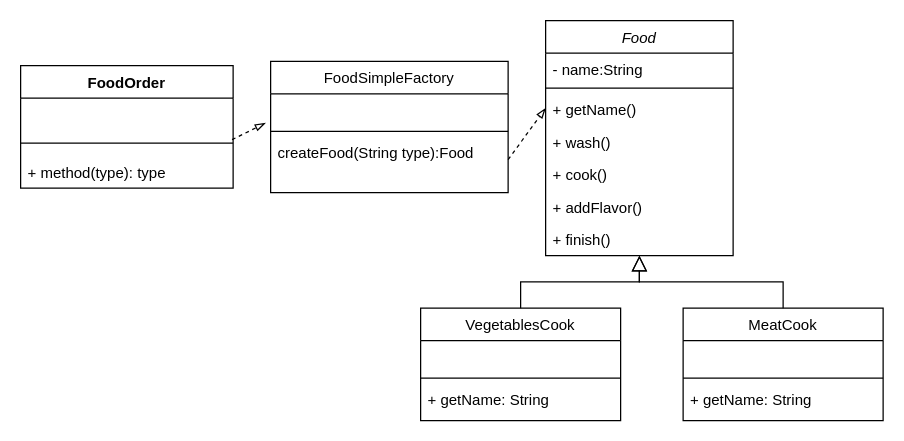
Earlier version of the draw.io diagram pattern_design.drawio (choustark/j_pattern). Source tidied: cells renumbered, new cells numbered last; positions are measured from the earlier drawing's top-left corner, leaving out a move shared by most shapes. Both pictures are drawn from the tidied source at 125%, with x=0, y=0 at pixel (20, 20).
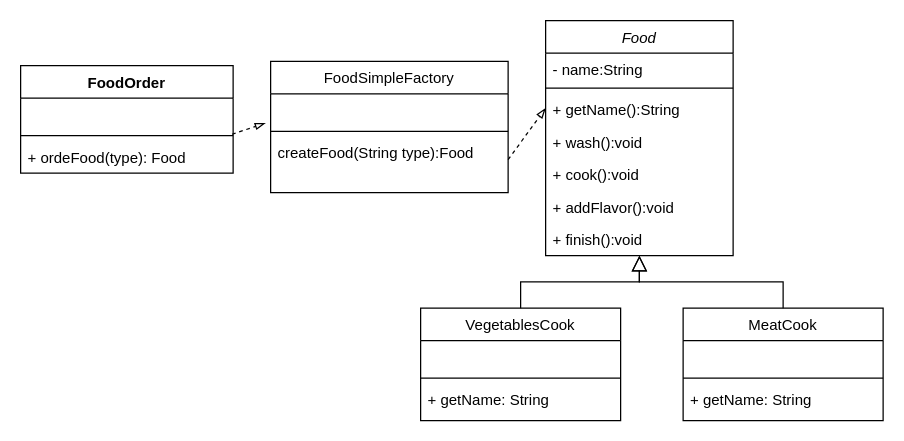
The same diagram, later.

The change refers to these unchanged cells:
```xml
<mxCell id="2" value="Food" style="swimlane;fontStyle=2;align=center;verticalAlign=top;horizontal=1;startSize=26;rounded=0;shadow=0;strokeWidth=1;" parent="1" vertex="1">
  <mxGeometry x="420" width="150" height="188" as="geometry" />
</mxCell>
```

What changed in the source:
```diff
@@
-    <mxCell id="5" value="+ getName()" style="text;align=left;verticalAlign=top;spacingLeft=4;spacingRight=4;overflow=hidden;rounded=0;shadow=0;html=0;" parent="2" vertex="1">
+    <mxCell id="5" value="+ getName():String" style="text;align=left;verticalAlign=top;spacingLeft=4;spacingRight=4;overflow=hidden;rounded=0;shadow=0;html=0;" parent="2" vertex="1">
       <mxGeometry y="58" width="150" height="26" as="geometry" />
     </mxCell>
-    <mxCell id="6" value="+ wash()" style="text;align=left;verticalAlign=top;spacingLeft=4;spacingRight=4;overflow=hidden;rounded=0;shadow=0;html=0;" parent="2" vertex="1">
+    <mxCell id="6" value="+ wash():void" style="text;align=left;verticalAlign=top;spacingLeft=4;spacingRight=4;overflow=hidden;rounded=0;shadow=0;html=0;" parent="2" vertex="1">
       <mxGeometry y="84" width="150" height="26" as="geometry" />
     </mxCell>
-    <mxCell id="7" value="+ cook()" style="text;align=left;verticalAlign=top;spacingLeft=4;spacingRight=4;overflow=hidden;rounded=0;shadow=0;html=0;" parent="2" vertex="1">
+    <mxCell id="7" value="+ cook():void" style="text;align=left;verticalAlign=top;spacingLeft=4;spacingRight=4;overflow=hidden;rounded=0;shadow=0;html=0;" parent="2" vertex="1">
       <mxGeometry y="110" width="150" height="26" as="geometry" />
     </mxCell>
-    <mxCell id="8" value="+ addFlavor()" style="text;align=left;verticalAlign=top;spacingLeft=4;spacingRight=4;overflow=hidden;rounded=0;shadow=0;html=0;" parent="2" vertex="1">
+    <mxCell id="8" value="+ addFlavor():void" style="text;align=left;verticalAlign=top;spacingLeft=4;spacingRight=4;overflow=hidden;rounded=0;shadow=0;html=0;" parent="2" vertex="1">
       <mxGeometry y="136" width="150" height="26" as="geometry" />
     </mxCell>
-    <mxCell id="9" value="+ finish()" style="text;align=left;verticalAlign=top;spacingLeft=4;spacingRight=4;overflow=hidden;rounded=0;shadow=0;html=0;" parent="2" vertex="1">
+    <mxCell id="9" value="+ finish():void" style="text;align=left;verticalAlign=top;spacingLeft=4;spacingRight=4;overflow=hidden;rounded=0;shadow=0;html=0;" parent="2" vertex="1">
       <mxGeometry y="162" width="150" height="26" as="geometry" />
     </mxCell>
@@
     <mxCell id="25" value="FoodOrder" style="swimlane;fontStyle=1;align=center;verticalAlign=top;horizontal=1;startSize=26;" parent="1" vertex="1">
-      <mxGeometry y="36" width="170" height="98" as="geometry" />
+      <mxGeometry y="36" width="170" height="86" as="geometry" />
     </mxCell>
@@
     <mxCell id="27" style="line;strokeWidth=1;fillColor=none;align=left;verticalAlign=middle;spacingTop=-1;spacingLeft=3;spacingRight=3;labelPosition=right;points=[];portConstraint=eastwest;strokeColor=inherit;" parent="25" vertex="1">
-      <mxGeometry y="52" width="170" height="20" as="geometry" />
+      <mxGeometry y="52" width="170" height="8" as="geometry" />
     </mxCell>
-    <mxCell id="28" value="+ method(type): type" style="text;strokeColor=none;fillColor=none;align=left;verticalAlign=top;spacingLeft=4;spacingRight=4;overflow=hidden;" parent="25" vertex="1">
-      <mxGeometry y="72" width="170" height="26" as="geometry" />
+    <mxCell id="28" value="+ ordeFood(type): Food" style="text;strokeColor=none;fillColor=none;align=left;verticalAlign=top;spacingLeft=4;spacingRight=4;overflow=hidden;" parent="25" vertex="1">
+      <mxGeometry y="60" width="170" height="26" as="geometry" />
     </mxCell>
```
